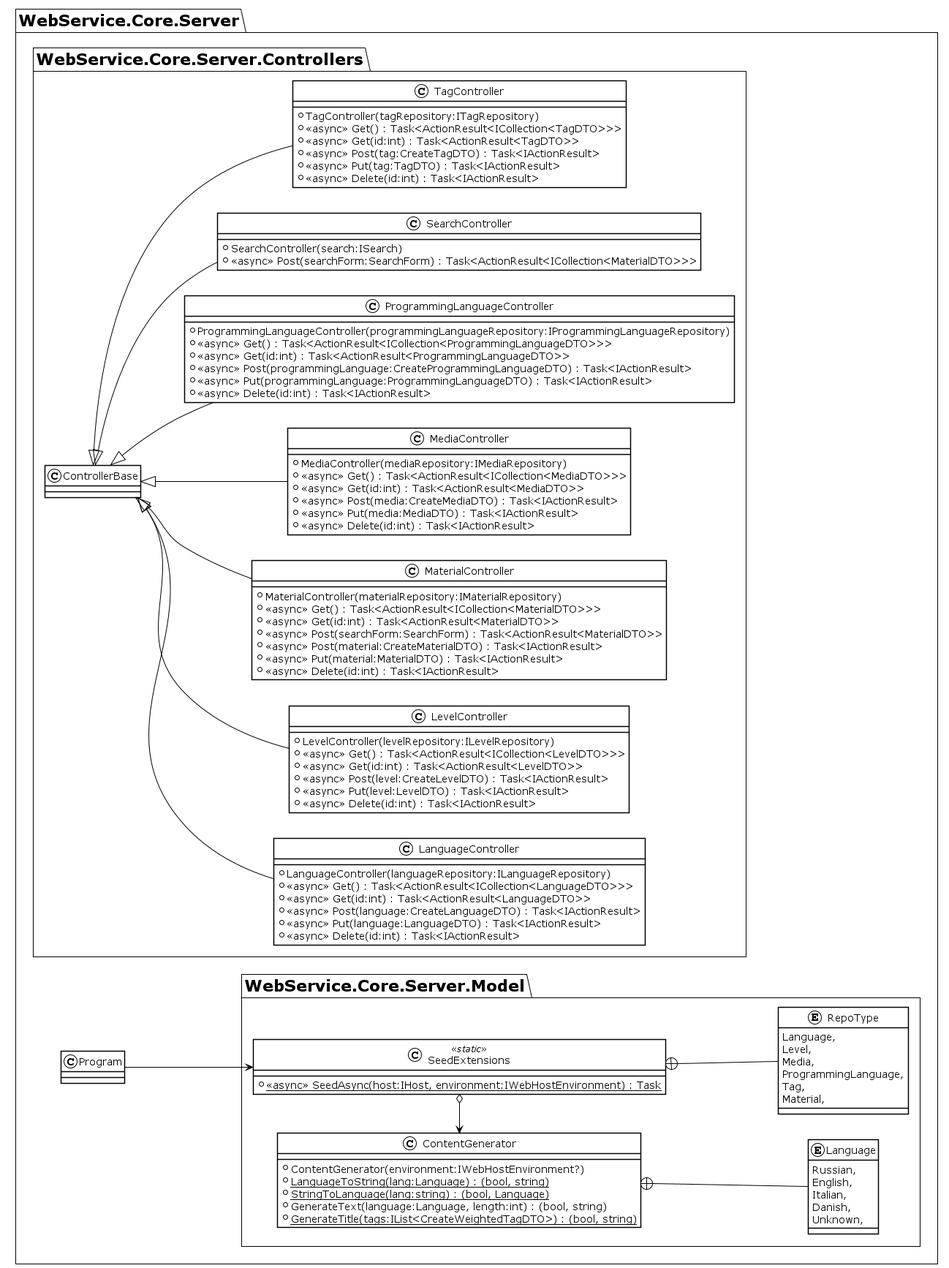
This is Documentation/UML/Images/server.png from ahja-itu/BDSA2021-FinalProject, a PlantUML export, as it was before one commit.
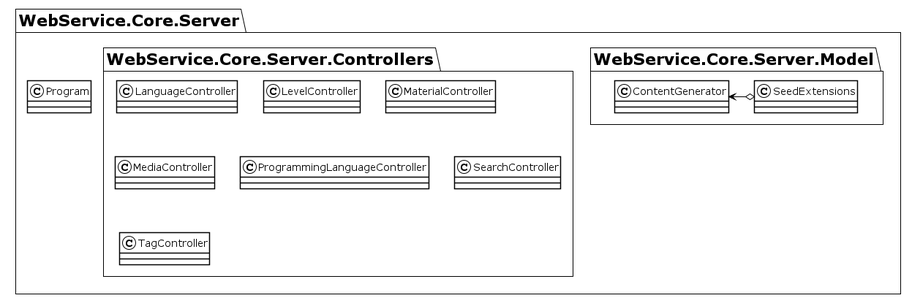
The same file after the commit.

Change to the diagram source:
```diff
@@ -1,25 +1,25 @@
 @startuml
 !theme plain
-left to right direction
 package WebService.Core.Server {
     package WebService.Core.Server.Controllers {
-        !include .\LanguageController.puml
-        !include .\LevelController.puml
-        !include .\MaterialController.puml
-        !include .\MediaController.puml
-        !include .\ProgrammingLanguageController.puml
-        !include .\SearchController.puml
-        !include .\TagController.puml
+        class LanguageController
+        class LevelController
+        class MaterialController
+        class MediaController
+        class ProgrammingLanguageController
+        class SearchController
+        class TagController
     }
 
     package WebService.Core.Server.Model {
-        !include .\ContentGenerator.puml
-        !include .\SeedExtensions.puml
+        class ContentGenerator
+        class SeedExtensions
     }
 
     class Program { }
 }
 
-Program --> SeedExtensions
 ContentGenerator <-o SeedExtensions
+
+
 @enduml
```
